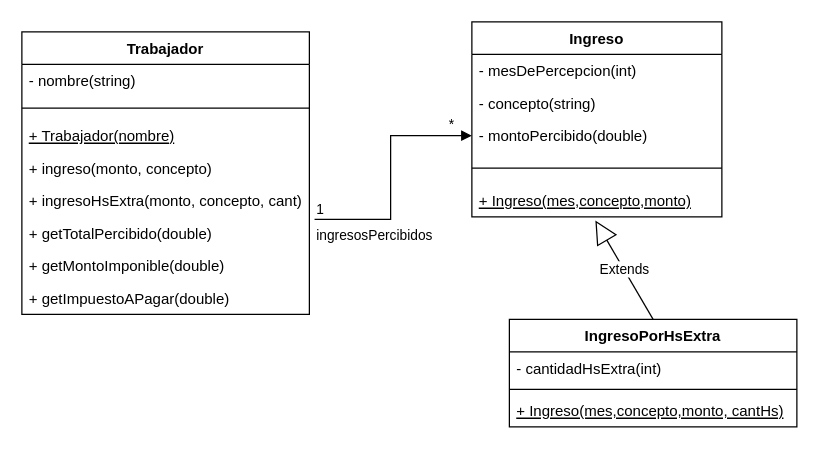
Above: DiagramaImpuesto.drawio.xml in aguslascar/POO2-TP04 (draw.io), before the change. Source tidied: cells renumbered, new cells numbered last; positions are measured from the earlier drawing's top-left corner, leaving out a move shared by most shapes. Both pictures are drawn from the tidied source at 125%, with x=0, y=0 at pixel (21, 21).
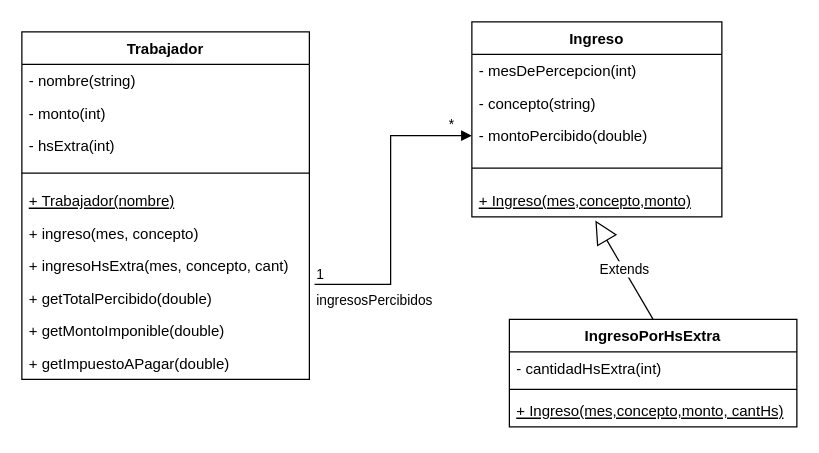
After the change.

Diff of the diagram source:
```diff
@@
     <mxCell id="2" value="Trabajador" style="swimlane;fontStyle=1;align=center;verticalAlign=top;horizontal=1;startSize=26;" parent="1" vertex="1">
-      <mxGeometry y="8" width="230" height="226" as="geometry" />
+      <mxGeometry y="8" width="230" height="278" as="geometry" />
     </mxCell>
@@
+    <mxCell id="25" value="- monto(int)" style="text;strokeColor=none;fillColor=none;align=left;verticalAlign=top;spacingLeft=4;spacingRight=4;overflow=hidden;" parent="2" vertex="1">
+      <mxGeometry y="52" width="230" height="26" as="geometry" />
+    </mxCell>
+    <mxCell id="26" value="- hsExtra(int)" style="text;strokeColor=none;fillColor=none;align=left;verticalAlign=top;spacingLeft=4;spacingRight=4;overflow=hidden;" parent="2" vertex="1">
+      <mxGeometry y="78" width="230" height="26" as="geometry" />
+    </mxCell>
     <mxCell id="4" style="line;strokeWidth=1;fillColor=none;align=left;verticalAlign=middle;spacingTop=-1;spacingLeft=3;spacingRight=3;labelPosition=right;" parent="2" vertex="1">
-      <mxGeometry y="52" width="230" height="18" as="geometry" />
+      <mxGeometry y="104" width="230" height="18" as="geometry" />
     </mxCell>
     <mxCell id="5" value="+ Trabajador(nombre)" style="text;strokeColor=none;fillColor=none;align=left;verticalAlign=top;spacingLeft=4;spacingRight=4;overflow=hidden;fontStyle=4;" parent="2" vertex="1">
-      <mxGeometry y="70" width="230" height="26" as="geometry" />
+      <mxGeometry y="122" width="230" height="26" as="geometry" />
     </mxCell>
-    <mxCell id="6" value="+ ingreso(monto, concepto)" style="text;strokeColor=none;fillColor=none;align=left;verticalAlign=top;spacingLeft=4;spacingRight=4;overflow=hidden;" parent="2" vertex="1">
-      <mxGeometry y="96" width="230" height="26" as="geometry" />
+    <mxCell id="6" value="+ ingreso(mes, concepto)" style="text;strokeColor=none;fillColor=none;align=left;verticalAlign=top;spacingLeft=4;spacingRight=4;overflow=hidden;" parent="2" vertex="1">
+      <mxGeometry y="148" width="230" height="26" as="geometry" />
     </mxCell>
-    <mxCell id="7" value="+ ingresoHsExtra(monto, concepto, cant)" style="text;strokeColor=none;fillColor=none;align=left;verticalAlign=top;spacingLeft=4;spacingRight=4;overflow=hidden;" parent="2" vertex="1">
-      <mxGeometry y="122" width="230" height="26" as="geometry" />
+    <mxCell id="7" value="+ ingresoHsExtra(mes, concepto, cant)" style="text;strokeColor=none;fillColor=none;align=left;verticalAlign=top;spacingLeft=4;spacingRight=4;overflow=hidden;" parent="2" vertex="1">
+      <mxGeometry y="174" width="230" height="26" as="geometry" />
     </mxCell>
     <mxCell id="8" value="+ getTotalPercibido(double)" style="text;strokeColor=none;fillColor=none;align=left;verticalAlign=top;spacingLeft=4;spacingRight=4;overflow=hidden;points=[[0,0.5],[1,0.5]];portConstraint=eastwest;" parent="2" vertex="1">
-      <mxGeometry y="148" width="230" height="26" as="geometry" />
+      <mxGeometry y="200" width="230" height="26" as="geometry" />
     </mxCell>
     <mxCell id="9" value="+ getMontoImponible(double)" style="text;strokeColor=none;fillColor=none;align=left;verticalAlign=top;spacingLeft=4;spacingRight=4;overflow=hidden;" parent="2" vertex="1">
-      <mxGeometry y="174" width="230" height="26" as="geometry" />
+      <mxGeometry y="226" width="230" height="26" as="geometry" />
     </mxCell>
     <mxCell id="10" value="+ getImpuestoAPagar(double)" style="text;strokeColor=none;fillColor=none;align=left;verticalAlign=top;spacingLeft=4;spacingRight=4;overflow=hidden;" parent="2" vertex="1">
-      <mxGeometry y="200" width="230" height="26" as="geometry" />
+      <mxGeometry y="252" width="230" height="26" as="geometry" />
     </mxCell>
```
